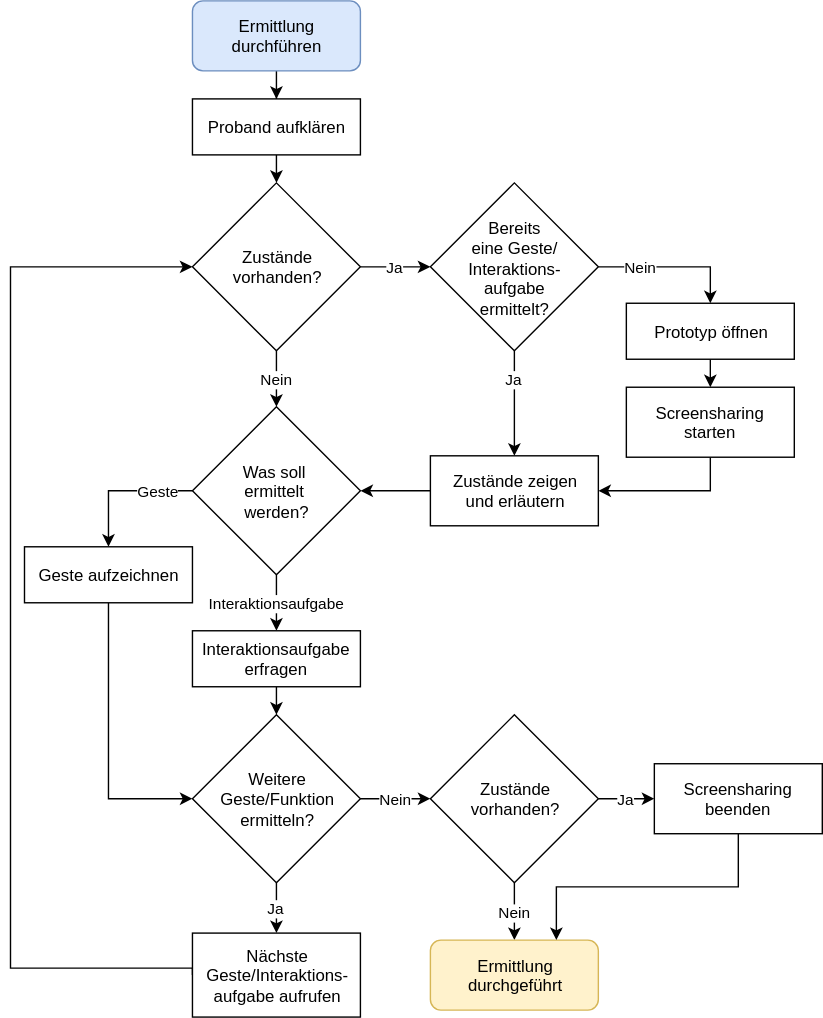
Before: img/de/introduction/study-preview/elicitation.svg, a diagram exported from draw.io (danielkuenkel/gesturenote). Source tidied: cells renumbered, new cells last; positions are measured from the earlier drawing's top-left corner, leaving out a move shared by most shapes.
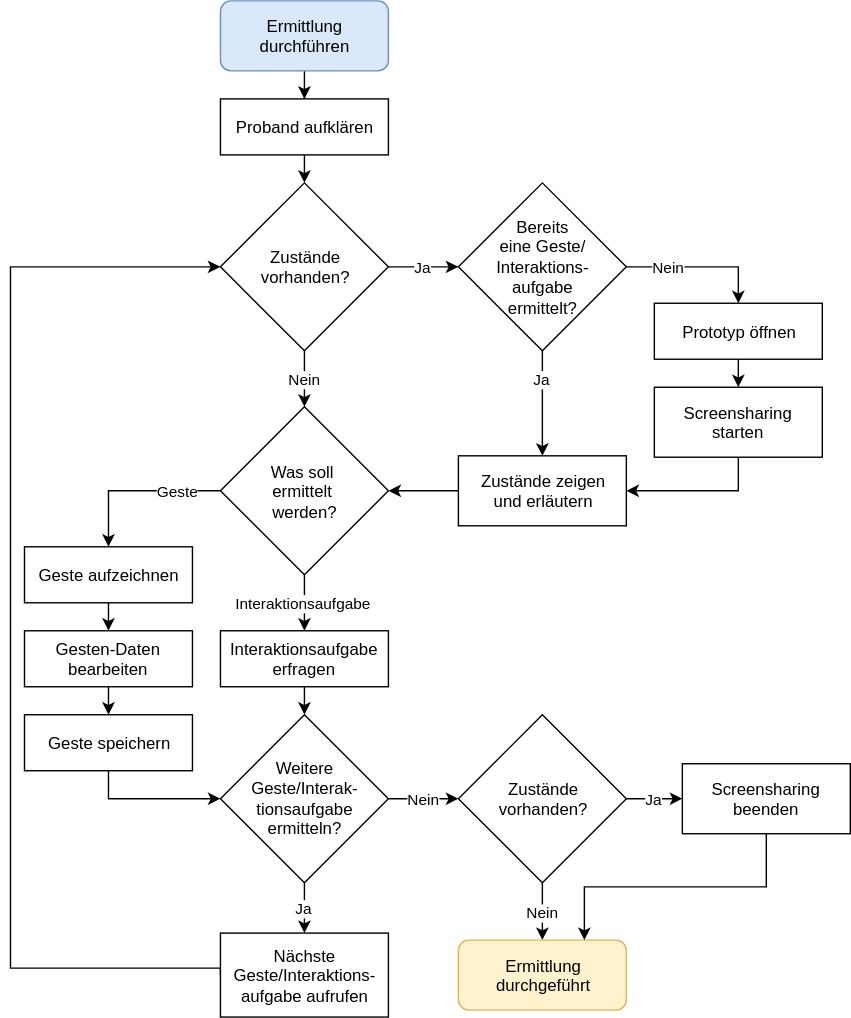
Above is the later version.

Change to the diagram source:
```diff
@@ -47,7 +47,7 @@
     <mxCell id="16" value="Ja" style="edgeStyle=orthogonalEdgeStyle;rounded=0;comic=0;html=1;exitX=0.5;exitY=1;shadow=0;jettySize=auto;" parent="1" edge="1" source="17" target="25">
       <mxGeometry relative="1" as="geometry" />
     </mxCell>
-    <mxCell id="17" value="Weitere&lt;div&gt;Geste/Funktion&lt;/div&gt;&lt;div&gt;ermitteln?&lt;/div&gt;" style="rhombus;whiteSpace=wrap;html=1;" parent="1" vertex="1">
+    <mxCell id="17" value="Weitere&lt;div&gt;Geste/Interak-&lt;/div&gt;&lt;div&gt;tionsaufgabe&lt;/div&gt;&lt;div&gt;ermitteln?&lt;/div&gt;" style="rhombus;whiteSpace=wrap;html=1;" parent="1" vertex="1">
       <mxGeometry x="130" y="510" width="120" height="120" as="geometry" />
     </mxCell>
     <mxCell id="18" value="Ja" style="edgeStyle=orthogonalEdgeStyle;rounded=0;comic=0;html=1;exitX=1;exitY=0.5;entryX=0;entryY=0.5;shadow=0;jettySize=auto;" parent="1" edge="1" source="20" target="23">
@@ -72,8 +72,8 @@
       <mxGeometry relative="1" as="geometry">
         <Array as="points">
           <mxPoint x="130" y="691" />
-          <mxPoint y="691" />
-          <mxPoint y="190" />
+          <mxPoint x="-20" y="691" />
+          <mxPoint x="-20" y="190" />
         </Array>
       </mxGeometry>
     </mxCell>
@@ -101,7 +101,7 @@
     <mxCell id="29" value="Geste" style="edgeStyle=orthogonalEdgeStyle;rounded=0;comic=0;html=1;exitX=0;exitY=0.5;shadow=0;jettySize=auto;entryX=0.5;entryY=0;" parent="1" edge="1" source="31" target="33">
       <mxGeometry x="-0.5" relative="1" as="geometry">
         <Array as="points">
-          <mxPoint x="70" y="350" />
+          <mxPoint x="50" y="350" />
         </Array>
       </mxGeometry>
     </mxCell>
@@ -111,11 +111,11 @@
     <mxCell id="31" value="Was soll&amp;nbsp;&lt;div&gt;ermittelt&amp;nbsp;&lt;/div&gt;&lt;div&gt;werden?&lt;/div&gt;" style="rhombus;whiteSpace=wrap;html=1;" parent="1" vertex="1">
       <mxGeometry x="130" y="290" width="120" height="120" as="geometry" />
     </mxCell>
-    <mxCell id="32" style="edgeStyle=orthogonalEdgeStyle;rounded=0;comic=0;html=1;exitX=0.5;exitY=1;entryX=0;entryY=0.5;shadow=0;jettySize=auto;" parent="1" edge="1" source="33" target="17">
-      <mxGeometry relative="1" as="geometry" />
-    </mxCell>
+    <mxCell id="36" style="edgeStyle=orthogonalEdgeStyle;rounded=0;comic=0;html=1;exitX=0.5;exitY=1;entryX=0.5;entryY=0;shadow=0;jettySize=auto;" parent="1" edge="1" source="33" target="32">
+      <mxGeometry relative="1" as="geometry" />
+    </mxCell>
     <mxCell id="33" value="Geste aufzeichnen" style="rounded=0;whiteSpace=wrap;html=1;" parent="1" vertex="1">
-      <mxGeometry x="10" y="390" width="120" height="40" as="geometry" />
+      <mxGeometry x="-10" y="390" width="120" height="40" as="geometry" />
     </mxCell>
     <mxCell id="34" style="edgeStyle=orthogonalEdgeStyle;rounded=0;comic=0;html=1;exitX=0.5;exitY=1;entryX=0.5;entryY=0;shadow=0;jettySize=auto;" parent="1" edge="1" source="35" target="17">
       <mxGeometry relative="1" as="geometry" />
@@ -123,5 +123,17 @@
     <mxCell id="35" value="Interaktionsaufgabe erfragen" style="rounded=0;whiteSpace=wrap;html=1;" parent="1" vertex="1">
       <mxGeometry x="130" y="450" width="120" height="40" as="geometry" />
     </mxCell>
+    <mxCell id="37" style="edgeStyle=orthogonalEdgeStyle;rounded=0;comic=0;html=1;exitX=0.5;exitY=1;entryX=0.5;entryY=0;shadow=0;jettySize=auto;" parent="1" edge="1" source="32" target="39">
+      <mxGeometry relative="1" as="geometry" />
+    </mxCell>
+    <mxCell id="32" value="Gesten-Daten bearbeiten" style="rounded=0;whiteSpace=wrap;html=1;" parent="1" vertex="1">
+      <mxGeometry x="-10" y="450" width="120" height="40" as="geometry" />
+    </mxCell>
+    <mxCell id="38" style="edgeStyle=orthogonalEdgeStyle;rounded=0;comic=0;html=1;exitX=0.5;exitY=1;entryX=0;entryY=0.5;shadow=0;jettySize=auto;" parent="1" edge="1" source="39" target="17">
+      <mxGeometry relative="1" as="geometry" />
+    </mxCell>
+    <mxCell id="39" value="Geste speichern" style="rounded=0;whiteSpace=wrap;html=1;" parent="1" vertex="1">
+      <mxGeometry x="-10" y="510" width="120" height="40" as="geometry" />
+    </mxCell>
   </root>
 </mxGraphModel>
```
